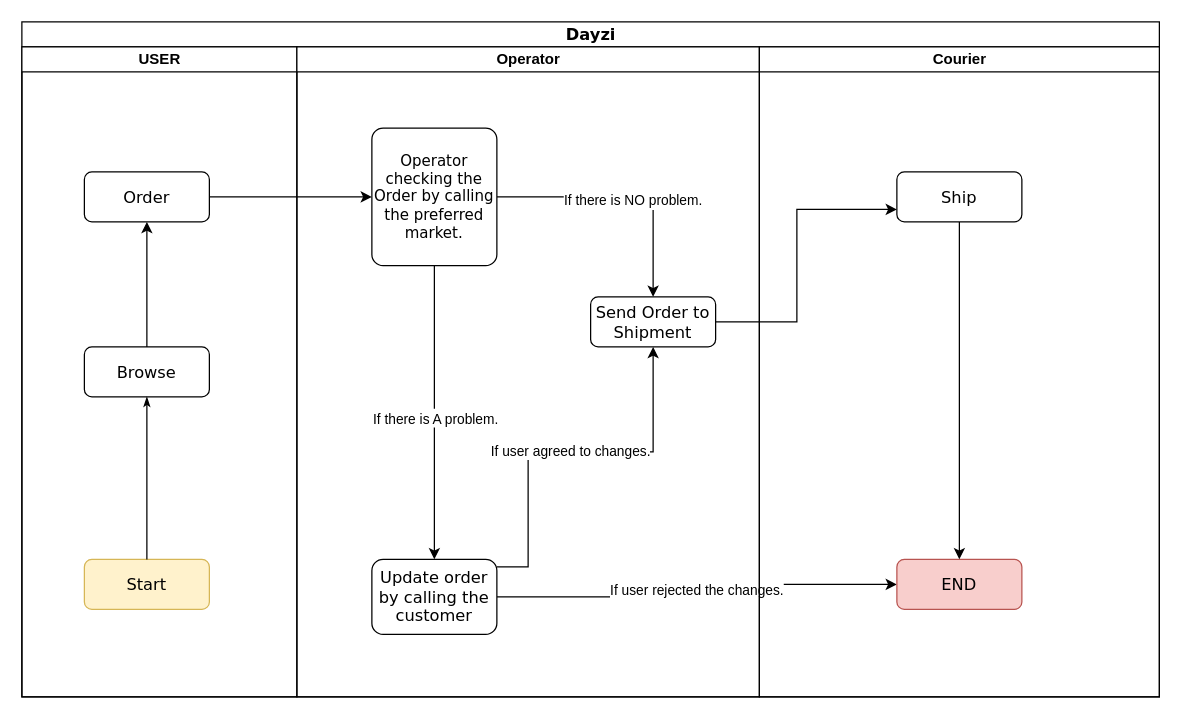
Earlier version of the draw.io diagram Untitled Diagram.drawio (AwesDea/Dayzi). Source tidied: cells renumbered, new cells numbered last; positions are measured from the earlier drawing's top-left corner, leaving out a move shared by most shapes. Both pictures are drawn from the tidied source at 125%, with x=0, y=0 at pixel (21, 21).
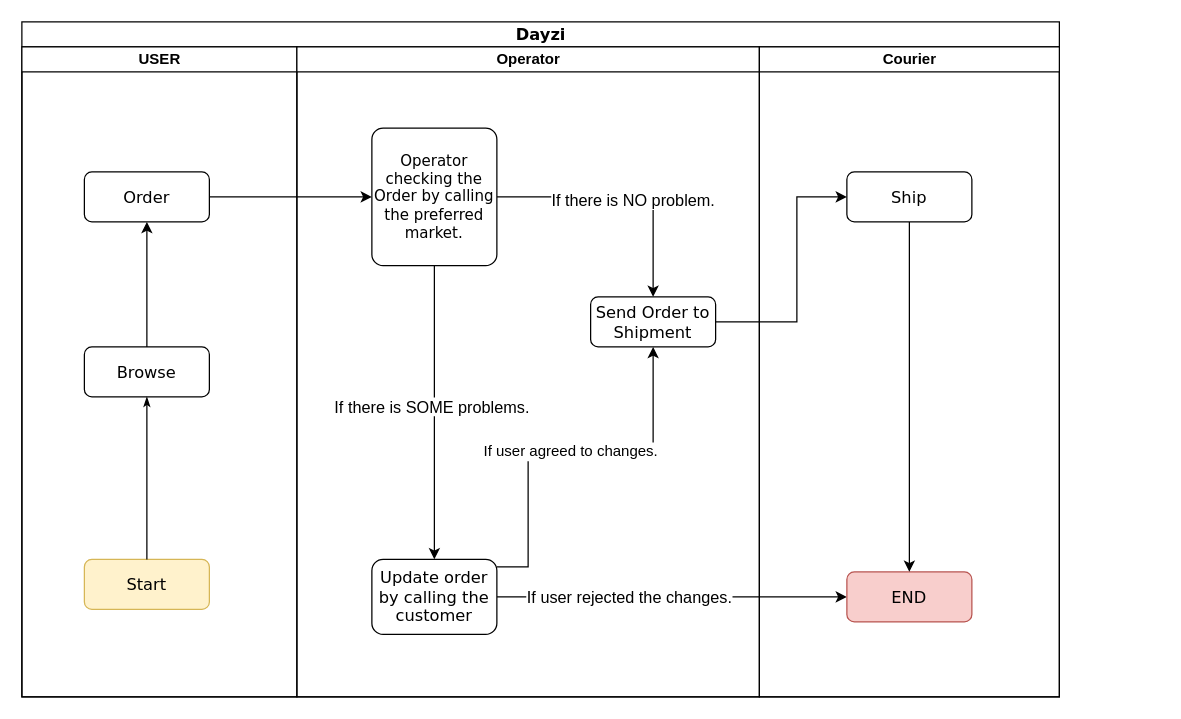
The same diagram, later.

The change refers to these unchanged cells:
```xml
<mxCell id="12" value="Operator" style="swimlane;html=1;startSize=20;" parent="2" vertex="1">
  <mxGeometry x="220" y="20" width="370" height="520" as="geometry" />
</mxCell>
<mxCell id="15" style="edgeStyle=orthogonalEdgeStyle;rounded=0;jettySize=auto;html=1;entryX=0.5;entryY=0;entryDx=0;entryDy=0;fontSize=12;" parent="12" edge="1" source="17" target="18">
  <mxGeometry relative="1" as="geometry" />
</mxCell>
<mxCell id="17" value="Operator checking the Order by calling the preferred market." style="rounded=1;whiteSpace=wrap;html=1;shadow=0;labelBackgroundColor=none;strokeColor=#000000;strokeWidth=1;fillColor=#ffffff;fontFamily=Verdana;fontSize=12;fontColor=#000000;align=center;arcSize=9;" parent="12" vertex="1">
  <mxGeometry x="60" y="65" width="100" height="110" as="geometry" />
</mxCell>
<mxCell id="18" value="&lt;font style=&quot;font-size: 13px&quot;&gt;Send Order to Shipment&lt;/font&gt;" style="rounded=1;whiteSpace=wrap;html=1;shadow=0;labelBackgroundColor=none;strokeColor=#000000;strokeWidth=1;fillColor=#ffffff;fontFamily=Verdana;fontSize=8;fontColor=#000000;align=center;" parent="12" vertex="1">
  <mxGeometry x="235" y="200" width="100" height="40" as="geometry" />
</mxCell>
<mxCell id="20" value="Update order by calling the customer" style="rounded=1;whiteSpace=wrap;html=1;shadow=0;labelBackgroundColor=none;strokeColor=#000000;strokeWidth=1;fillColor=#ffffff;fontFamily=Verdana;fontSize=13;fontColor=#000000;align=center;" parent="12" vertex="1">
  <mxGeometry x="60" y="410" width="100" height="60" as="geometry" />
</mxCell>
```

The edit, as a diff of the source:
```diff
@@
     <mxCell id="2" value="Dayzi" style="swimlane;html=1;startSize=20;rounded=0;shadow=0;labelBackgroundColor=none;strokeColor=#000000;strokeWidth=1;fillColor=#ffffff;fontFamily=Verdana;fontSize=13;fontColor=#000000;align=center;" parent="1" vertex="1">
-      <mxGeometry width="910" height="540" as="geometry" />
+      <mxGeometry width="830" height="540" as="geometry" />
     </mxCell>
@@
-    <mxCell id="11" value="If user rejected the changes." style="edgeStyle=orthogonalEdgeStyle;rounded=0;jettySize=auto;html=1;entryX=0;entryY=0.5;entryDx=0;entryDy=0;" parent="2" edge="1" source="20" target="23">
-      <mxGeometry relative="1" as="geometry" />
+    <mxCell id="11" value="If user rejected the changes." style="edgeStyle=orthogonalEdgeStyle;rounded=0;jettySize=auto;html=1;entryX=0;entryY=0.5;entryDx=0;entryDy=0;fontSize=13;" parent="2" edge="1" source="20" target="23">
+      <mxGeometry x="-0.24" relative="1" as="geometry" />
     </mxCell>
@@
-    <mxCell id="13" style="edgeStyle=orthogonalEdgeStyle;rounded=0;jettySize=auto;html=1;entryX=0.5;entryY=0;entryDx=0;entryDy=0;fontSize=13;" parent="12" edge="1" source="17" target="20">
-      <mxGeometry relative="1" as="geometry" />
-    </mxCell>
-    <mxCell id="14" value="&lt;span style=&quot;font-size: 11px&quot;&gt;If there is A problem.&lt;/span&gt;" style="text;html=1;align=center;verticalAlign=middle;labelBackgroundColor=#ffffff;fontSize=13;" parent="13" vertex="1">
-      <mxGeometry x="0.03" relative="1" as="geometry" />
-    </mxCell>
@@
-    <mxCell id="16" value="&lt;span style=&quot;font-size: 11px&quot;&gt;If there is NO problem.&lt;/span&gt;" style="text;html=1;align=center;verticalAlign=middle;labelBackgroundColor=#ffffff;fontSize=12;" parent="15" vertex="1">
+    <mxCell id="16" value="&lt;span style=&quot;font-size: 13px;&quot;&gt;If there is NO problem.&lt;/span&gt;" style="text;html=1;align=center;verticalAlign=middle;labelBackgroundColor=#ffffff;fontSize=13;" parent="15" vertex="1">
       <mxGeometry x="0.05" y="-2" relative="1" as="geometry" />
     </mxCell>
+    <mxCell id="13" style="edgeStyle=orthogonalEdgeStyle;rounded=0;jettySize=auto;html=1;entryX=0.5;entryY=0;entryDx=0;entryDy=0;fontSize=8;" parent="12" edge="1" source="17" target="20">
+      <mxGeometry relative="1" as="geometry" />
+    </mxCell>
+    <mxCell id="27" value="&lt;span style=&quot;font-size: 13px&quot;&gt;If there is SOME problems.&lt;/span&gt;" style="text;html=1;align=center;verticalAlign=middle;labelBackgroundColor=#ffffff;fontSize=13;" parent="13" vertex="1">
+      <mxGeometry x="-0.05" y="-3" relative="1" as="geometry" />
+    </mxCell>
@@
-    <mxCell id="19" value="If user agreed to changes." style="edgeStyle=orthogonalEdgeStyle;rounded=0;jettySize=auto;html=1;entryX=0.5;entryY=1;entryDx=0;entryDy=0;exitX=1;exitY=0.1;exitDx=0;exitDy=0;exitPerimeter=0;" parent="12" edge="1" source="20" target="18">
+    <mxCell id="19" value="If user agreed to changes." style="edgeStyle=orthogonalEdgeStyle;rounded=0;jettySize=auto;html=1;entryX=0.5;entryY=1;entryDx=0;entryDy=0;exitX=1;exitY=0.1;exitDx=0;exitDy=0;exitPerimeter=0;fontSize=12;" parent="12" edge="1" source="20" target="18">
       <mxGeometry relative="1" as="geometry">
         <Array as="points">
           <mxPoint x="185" y="324" />
           <mxPoint x="285" y="324" />
         </Array>
       </mxGeometry>
     </mxCell>
@@
     <mxCell id="21" value="Courier" style="swimlane;html=1;startSize=20;" parent="2" vertex="1">
-      <mxGeometry x="590" y="20" width="320" height="520" as="geometry" />
+      <mxGeometry x="590" y="20" width="240" height="520" as="geometry" />
     </mxCell>
@@
     <mxCell id="23" value="END" style="rounded=1;whiteSpace=wrap;html=1;shadow=0;labelBackgroundColor=none;strokeColor=#b85450;strokeWidth=1;fillColor=#f8cecc;fontFamily=Verdana;fontSize=13;align=center;" parent="21" vertex="1">
-      <mxGeometry x="110" y="410" width="100" height="40" as="geometry" />
+      <mxGeometry x="70" y="420" width="100" height="40" as="geometry" />
     </mxCell>
@@
     <mxCell id="25" value="Ship" style="rounded=1;whiteSpace=wrap;html=1;shadow=0;labelBackgroundColor=none;strokeColor=#000000;strokeWidth=1;fillColor=#ffffff;fontFamily=Verdana;fontSize=13;fontColor=#000000;align=center;" parent="21" vertex="1">
-      <mxGeometry x="110" y="100" width="100" height="40" as="geometry" />
+      <mxGeometry x="70" y="100" width="100" height="40" as="geometry" />
     </mxCell>
-    <mxCell id="26" style="edgeStyle=orthogonalEdgeStyle;rounded=0;jettySize=auto;html=1;" parent="2" edge="1" source="18" target="25">
+    <mxCell id="26" style="edgeStyle=orthogonalEdgeStyle;rounded=0;jettySize=auto;html=1;entryX=0;entryY=0.5;entryDx=0;entryDy=0;" parent="2" edge="1" source="18" target="25">
       <mxGeometry relative="1" as="geometry">
         <Array as="points">
           <mxPoint x="620" y="240" />
-          <mxPoint x="620" y="150" />
+          <mxPoint x="620" y="140" />
         </Array>
       </mxGeometry>
     </mxCell>
```
